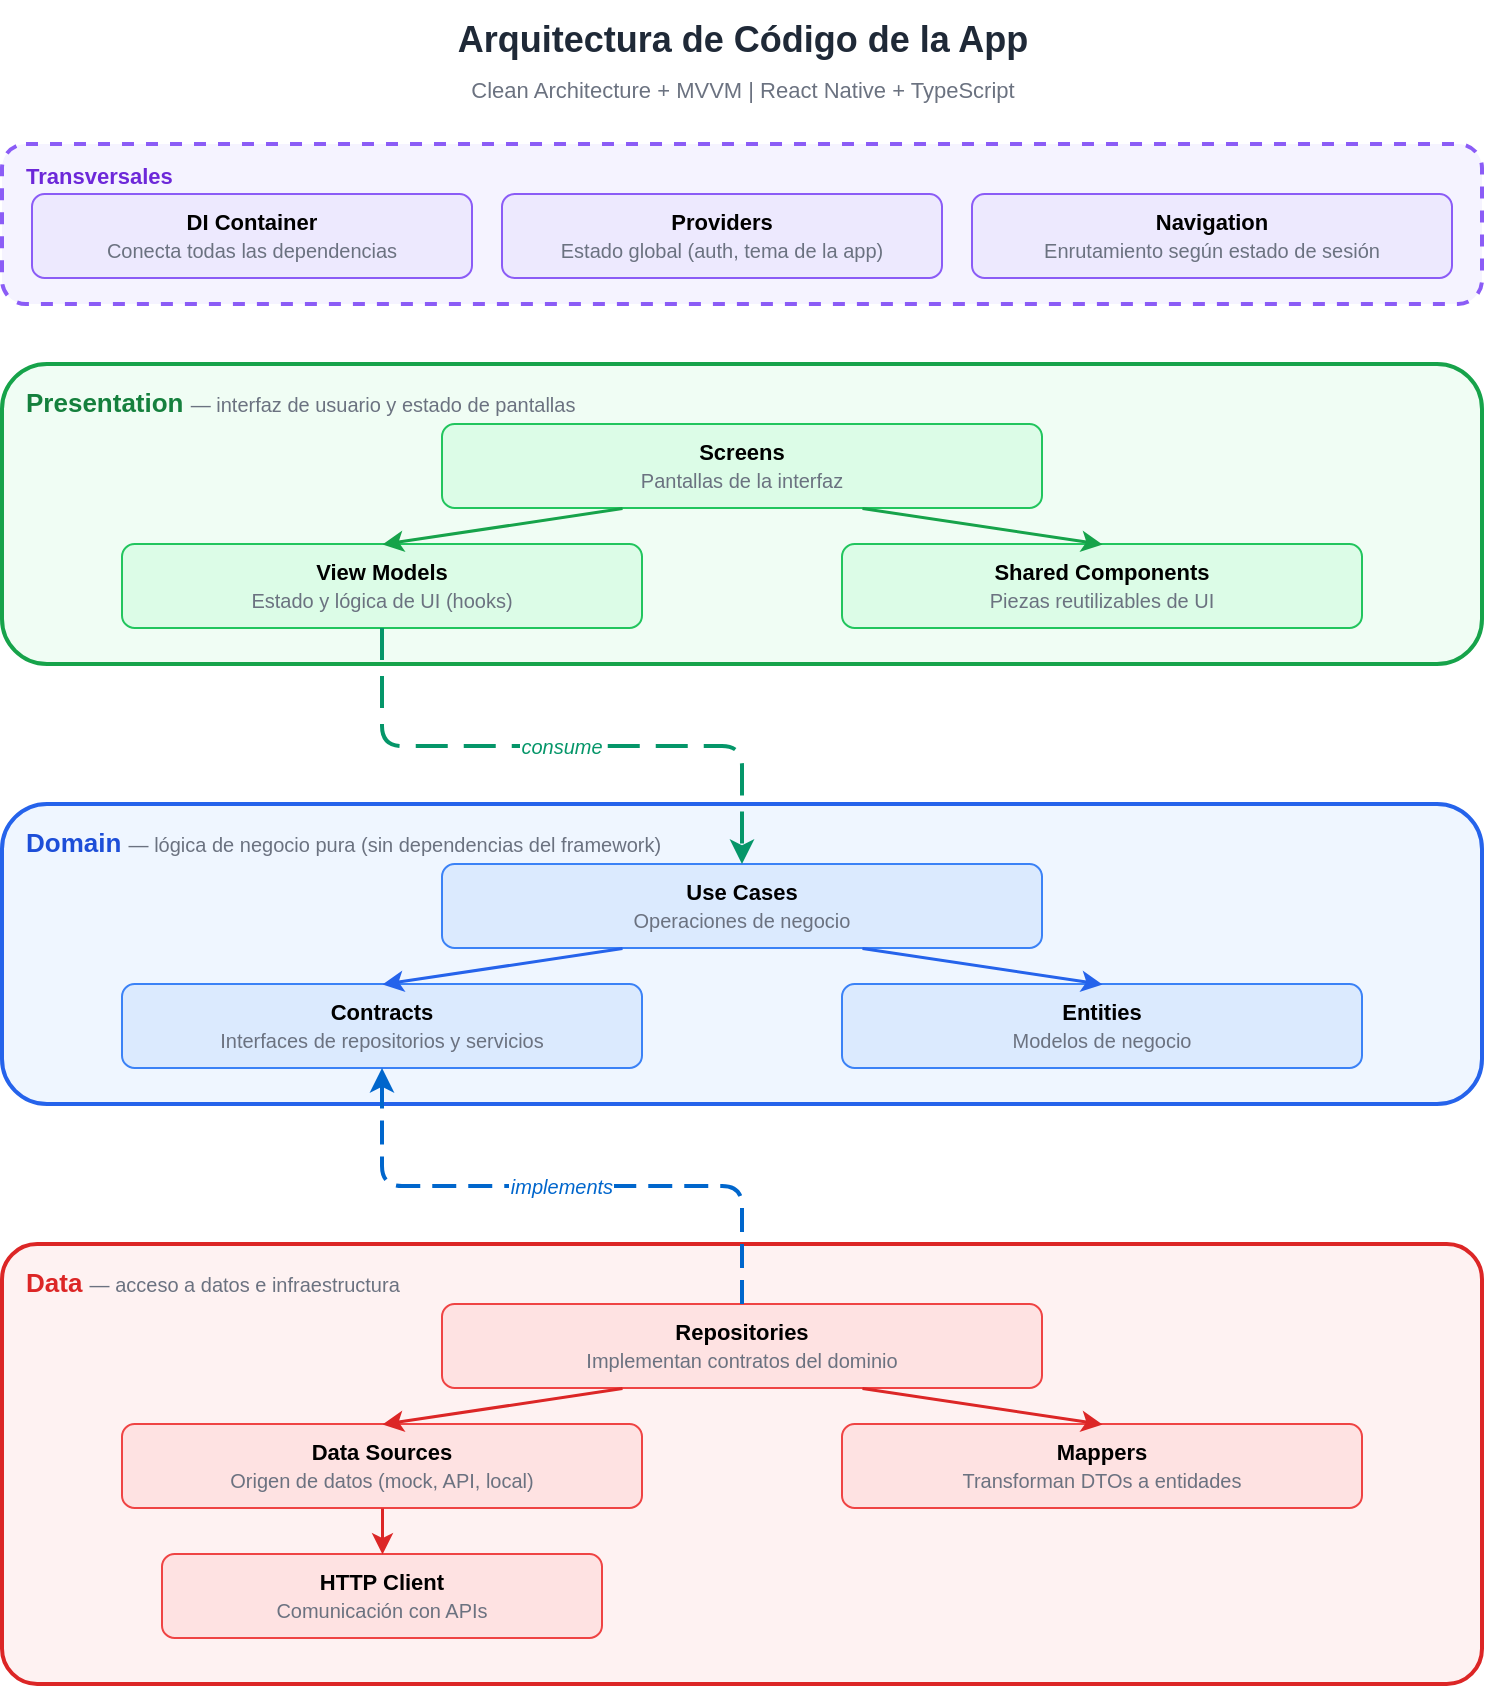
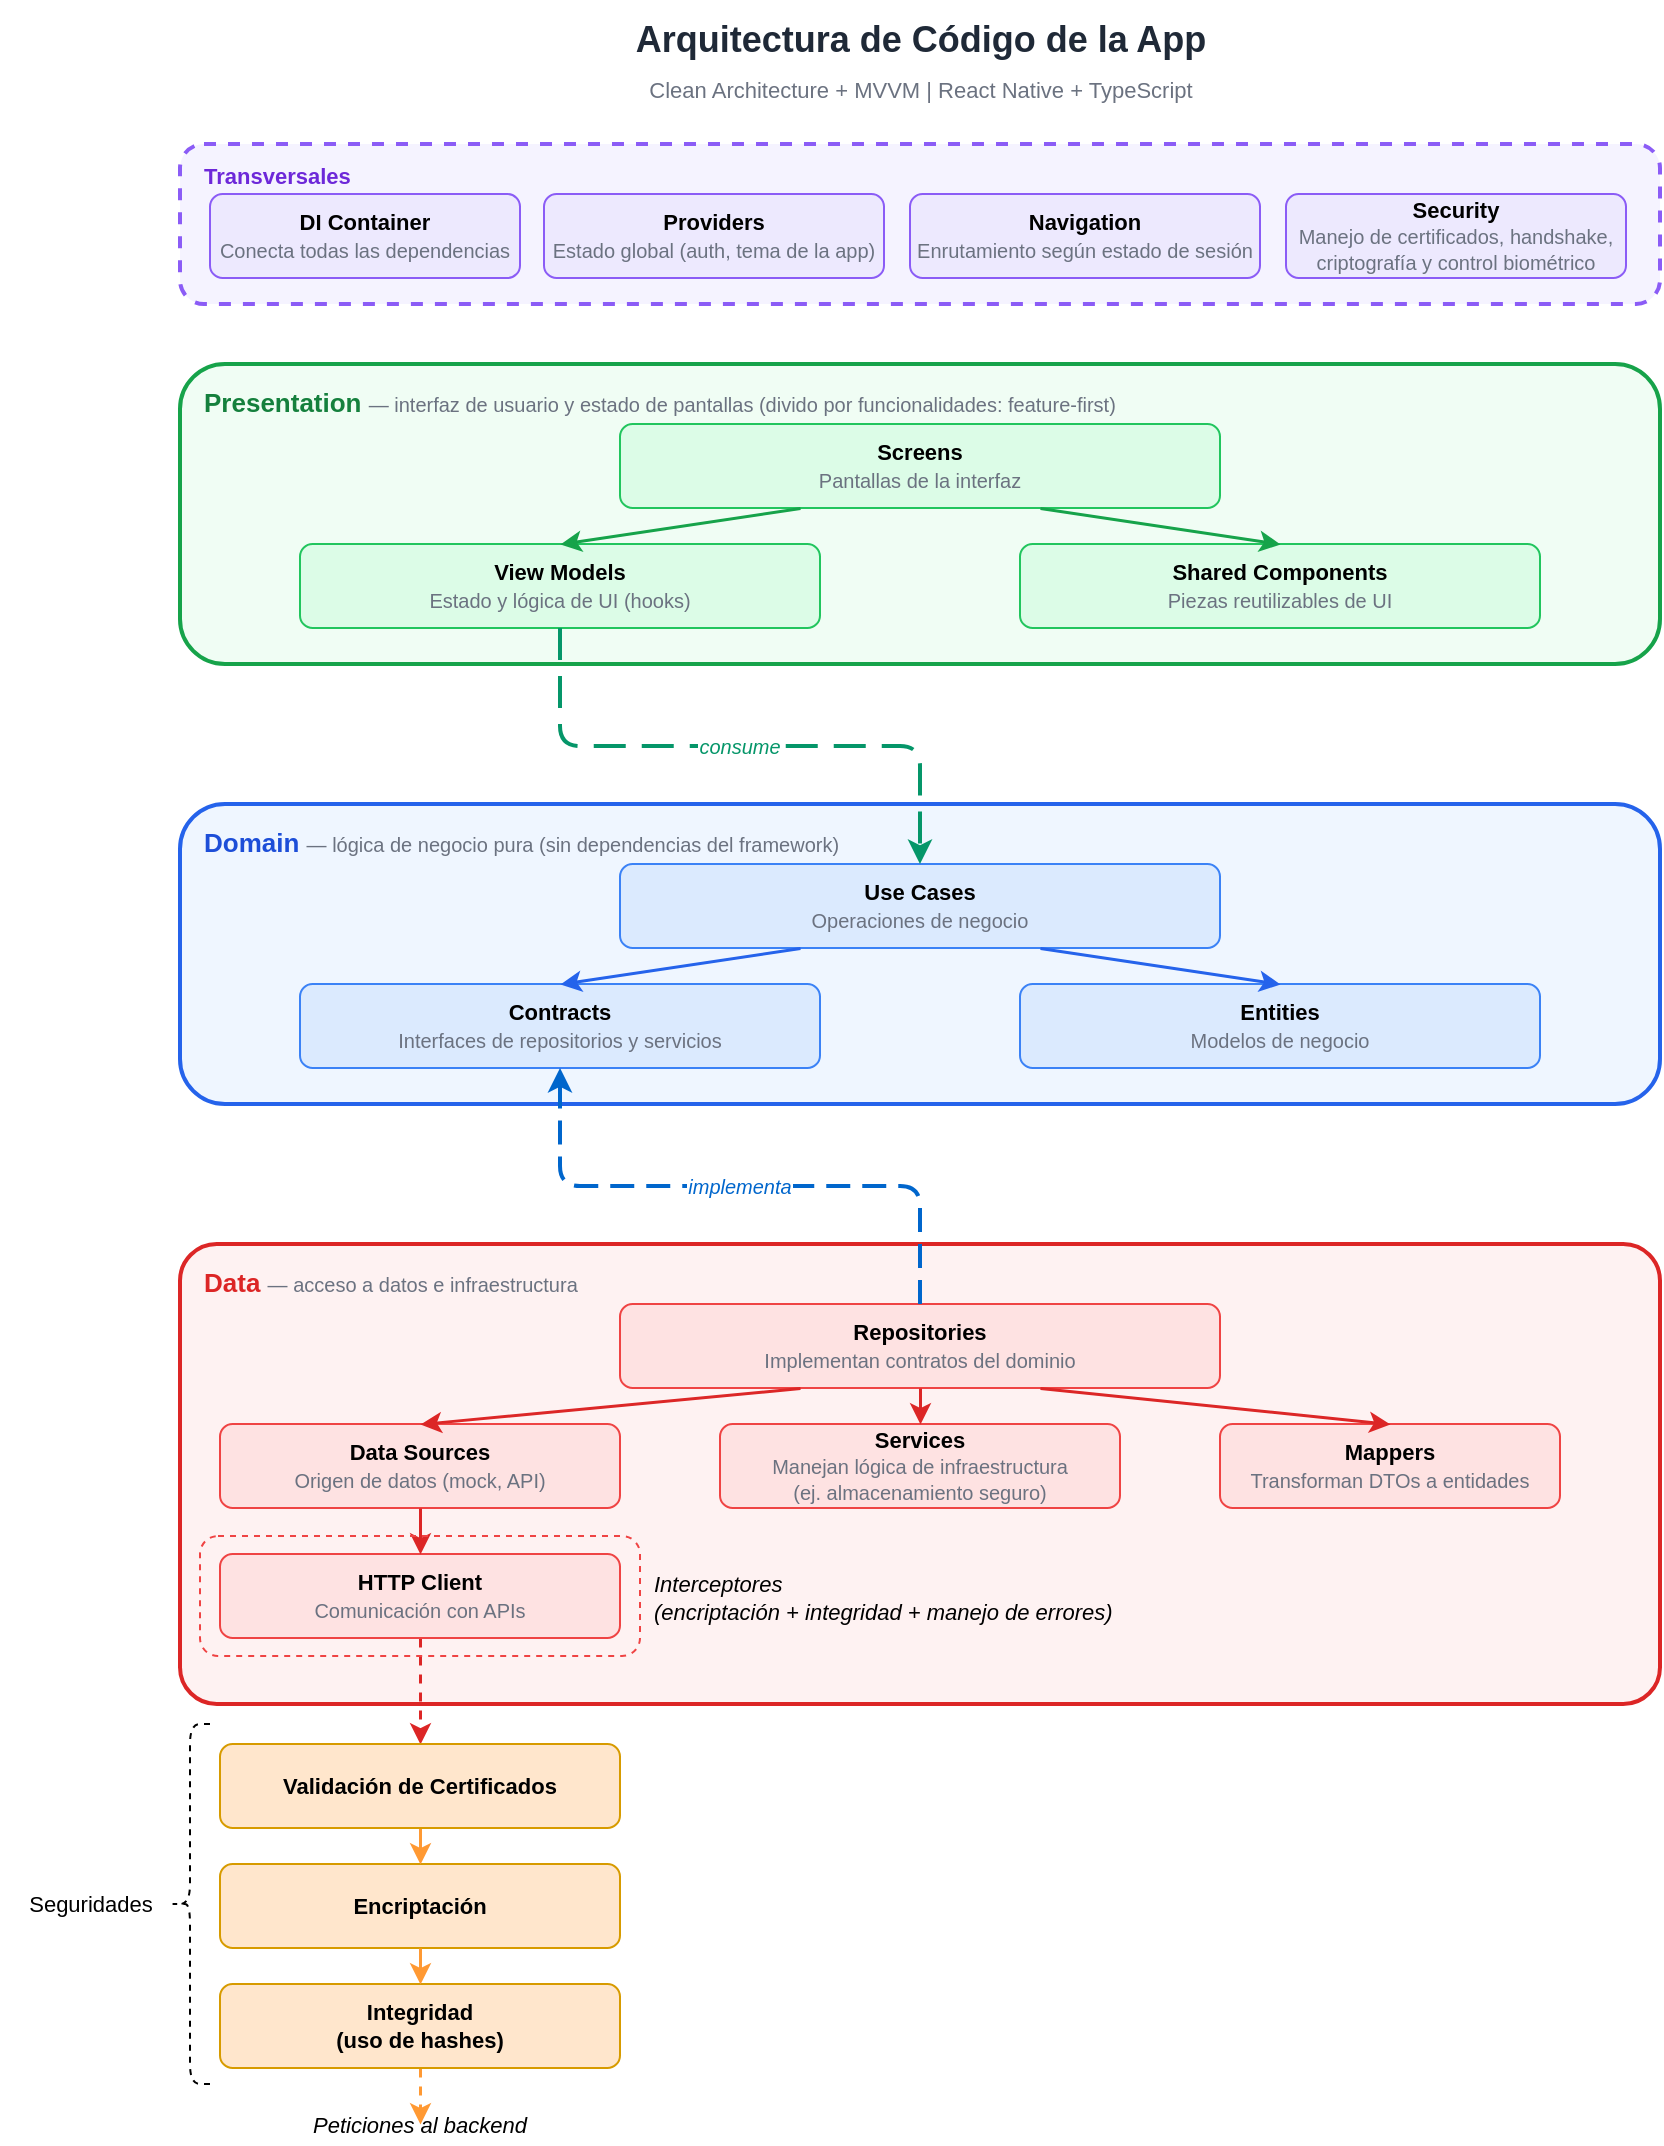
<mxfile host="65bd71144e">
    <diagram id="architecture" name="Arquitectura">
-         <mxGraphModel dx="139" dy="488" grid="1" gridSize="10" guides="1" tooltips="1" connect="1" arrows="1" fold="1" page="0" pageScale="1" pageWidth="1100" pageHeight="1200" math="0" shadow="0">
+         <mxGraphModel dx="1084" dy="840" grid="1" gridSize="10" guides="1" tooltips="1" connect="1" arrows="1" fold="1" page="0" pageScale="1" pageWidth="1100" pageHeight="1200" math="0" shadow="0">
            <root>
                <mxCell id="0"/>
                <mxCell id="1" parent="0"/>
                <mxCell id="title" value="Arquitectura de Código de la App" style="text;html=1;align=center;verticalAlign=middle;resizable=0;points=[];autosize=1;strokeColor=none;fillColor=none;fontSize=18;fontStyle=1;fontColor=#1F2937;" parent="1" vertex="1">
                    <mxGeometry x="275" y="18" width="310" height="40" as="geometry"/>
                </mxCell>
                <mxCell id="subtitle" value="Clean Architecture + MVVM  |  React Native + TypeScript" style="text;html=1;align=center;verticalAlign=middle;resizable=0;points=[];autosize=1;strokeColor=none;fillColor=none;fontSize=11;fontColor=#6B7280;" parent="1" vertex="1">
                    <mxGeometry x="255" y="50" width="350" height="25" as="geometry"/>
                </mxCell>
                <mxCell id="cross_group" value="" style="rounded=1;whiteSpace=wrap;html=1;fillColor=#F5F3FF;strokeColor=#8B5CF6;strokeWidth=2;dashed=1;" parent="1" vertex="1">
                    <mxGeometry x="60" y="90" width="740" height="80" as="geometry"/>
                </mxCell>
                <mxCell id="cross_label" value="Transversales" style="text;html=1;align=left;verticalAlign=top;resizable=0;points=[];autosize=1;strokeColor=none;fillColor=none;fontSize=11;fontStyle=1;fontColor=#6D28D9;" parent="1" vertex="1">
                    <mxGeometry x="70" y="93" width="95" height="20" as="geometry"/>
                </mxCell>
                <mxCell id="di" value="&lt;b&gt;DI Container&lt;/b&gt;&lt;br&gt;&lt;font style=&quot;font-size:10px;color:#6B7280&quot;&gt;Conecta todas las dependencias&lt;/font&gt;" style="rounded=1;whiteSpace=wrap;html=1;fillColor=#EDE9FE;strokeColor=#8B5CF6;fontSize=11;" parent="1" vertex="1">
-                     <mxGeometry x="75" y="115" width="220" height="42" as="geometry"/>
+                     <mxGeometry x="75" y="115" width="155" height="42" as="geometry"/>
                </mxCell>
                <mxCell id="providers" value="&lt;b&gt;Providers&lt;/b&gt;&lt;br&gt;&lt;font style=&quot;font-size:10px;color:#6B7280&quot;&gt;Estado global (auth, tema de la app)&lt;/font&gt;" style="rounded=1;whiteSpace=wrap;html=1;fillColor=#EDE9FE;strokeColor=#8B5CF6;fontSize=11;" parent="1" vertex="1">
-                     <mxGeometry x="310" y="115" width="220" height="42" as="geometry"/>
+                     <mxGeometry x="242" y="115" width="170" height="42" as="geometry"/>
                </mxCell>
                <mxCell id="nav" value="&lt;b&gt;Navigation&lt;/b&gt;&lt;br&gt;&lt;font style=&quot;font-size:10px;color:#6B7280&quot;&gt;Enrutamiento según estado de sesión&lt;/font&gt;" style="rounded=1;whiteSpace=wrap;html=1;fillColor=#EDE9FE;strokeColor=#8B5CF6;fontSize=11;" parent="1" vertex="1">
-                     <mxGeometry x="545" y="115" width="240" height="42" as="geometry"/>
+                     <mxGeometry x="425" y="115" width="175" height="42" as="geometry"/>
                </mxCell>
                <mxCell id="pres_group" value="" style="rounded=1;whiteSpace=wrap;html=1;fillColor=#F0FDF4;strokeColor=#16A34A;strokeWidth=2;" parent="1" vertex="1">
                    <mxGeometry x="60" y="200" width="740" height="150" as="geometry"/>
                </mxCell>
-                 <mxCell id="pres_label" value="Presentation  &lt;font style=&quot;font-size:10px;font-weight:normal;color:#6B7280&quot;&gt;— interfaz de usuario y estado de pantallas&lt;/font&gt;" style="text;html=1;align=left;verticalAlign=top;resizable=0;points=[];autosize=1;strokeColor=none;fillColor=none;fontSize=13;fontStyle=1;fontColor=#15803D;" parent="1" vertex="1">
-                     <mxGeometry x="70" y="205" width="95" height="22" as="geometry"/>
+                 <mxCell id="pres_label" value="Presentation  &lt;font style=&quot;font-size:10px;font-weight:normal;color:#6B7280&quot;&gt;— interfaz de usuario y estado de pantallas (divido por funcionalidades: feature-first)&lt;/font&gt;" style="text;html=1;align=left;verticalAlign=top;resizable=0;points=[];autosize=1;strokeColor=none;fillColor=none;fontSize=13;fontStyle=1;fontColor=#15803D;" parent="1" vertex="1">
+                     <mxGeometry x="70" y="205" width="480" height="30" as="geometry"/>
                </mxCell>
                <mxCell id="screens" value="&lt;b&gt;Screens&lt;/b&gt;&lt;br&gt;&lt;font style=&quot;font-size:10px;color:#6B7280&quot;&gt;Pantallas de la interfaz&lt;/font&gt;" style="rounded=1;whiteSpace=wrap;html=1;fillColor=#DCFCE7;strokeColor=#22C55E;fontSize=11;" parent="1" vertex="1">
                    <mxGeometry x="280" y="230" width="300" height="42" as="geometry"/>
                </mxCell>
                <mxCell id="viewmodels" value="&lt;b&gt;View Models&lt;/b&gt;&lt;br&gt;&lt;font style=&quot;font-size:10px;color:#6B7280&quot;&gt;Estado y lógica de UI (hooks)&lt;/font&gt;" style="rounded=1;whiteSpace=wrap;html=1;fillColor=#DCFCE7;strokeColor=#22C55E;fontSize=11;" parent="1" vertex="1">
                    <mxGeometry x="120" y="290" width="260" height="42" as="geometry"/>
                </mxCell>
                <mxCell id="shared_ui" value="&lt;b&gt;Shared Components&lt;/b&gt;&lt;br&gt;&lt;font style=&quot;font-size:10px;color:#6B7280&quot;&gt;Piezas reutilizables de UI&lt;/font&gt;" style="rounded=1;whiteSpace=wrap;html=1;fillColor=#DCFCE7;strokeColor=#22C55E;fontSize=11;" parent="1" vertex="1">
                    <mxGeometry x="480" y="290" width="260" height="42" as="geometry"/>
                </mxCell>
                <mxCell id="e_s_vm" style="rounded=1;strokeColor=#16A34A;strokeWidth=1.5;exitX=0.3;exitY=1;exitDx=0;exitDy=0;entryX=0.5;entryY=0;entryDx=0;entryDy=0;" parent="1" source="screens" target="viewmodels" edge="1">
                    <mxGeometry relative="1" as="geometry"/>
                </mxCell>
                <mxCell id="e_s_shared" style="rounded=1;strokeColor=#16A34A;strokeWidth=1.5;exitX=0.7;exitY=1;exitDx=0;exitDy=0;entryX=0.5;entryY=0;entryDx=0;entryDy=0;" parent="1" source="screens" target="shared_ui" edge="1">
                    <mxGeometry relative="1" as="geometry"/>
                </mxCell>
                <mxCell id="domain_group" value="" style="rounded=1;whiteSpace=wrap;html=1;fillColor=#EFF6FF;strokeColor=#2563EB;strokeWidth=2;" parent="1" vertex="1">
                    <mxGeometry x="60" y="420" width="740" height="150" as="geometry"/>
                </mxCell>
                <mxCell id="domain_label" value="Domain  &lt;font style=&quot;font-size:10px;font-weight:normal;color:#6B7280&quot;&gt;— lógica de negocio pura (sin dependencias del framework)&lt;/font&gt;" style="text;html=1;align=left;verticalAlign=top;resizable=0;points=[];autosize=1;strokeColor=none;fillColor=none;fontSize=13;fontStyle=1;fontColor=#1D4ED8;" parent="1" vertex="1">
                    <mxGeometry x="70" y="425" width="230" height="30" as="geometry"/>
                </mxCell>
                <mxCell id="usecases" value="&lt;b&gt;Use Cases&lt;/b&gt;&lt;br&gt;&lt;font style=&quot;font-size:10px;color:#6B7280&quot;&gt;Operaciones de negocio&lt;/font&gt;" style="rounded=1;whiteSpace=wrap;html=1;fillColor=#DBEAFE;strokeColor=#3B82F6;fontSize=11;" parent="1" vertex="1">
                    <mxGeometry x="280" y="450" width="300" height="42" as="geometry"/>
                </mxCell>
                <mxCell id="contracts" value="&lt;b&gt;Contracts&lt;/b&gt;&lt;br&gt;&lt;font style=&quot;font-size:10px;color:#6B7280&quot;&gt;Interfaces de repositorios y servicios&lt;/font&gt;" style="rounded=1;whiteSpace=wrap;html=1;fillColor=#DBEAFE;strokeColor=#3B82F6;fontSize=11;" parent="1" vertex="1">
                    <mxGeometry x="120" y="510" width="260" height="42" as="geometry"/>
                </mxCell>
                <mxCell id="entities" value="&lt;b&gt;Entities&lt;/b&gt;&lt;br&gt;&lt;font style=&quot;font-size:10px;color:#6B7280&quot;&gt;Modelos de negocio&lt;/font&gt;" style="rounded=1;whiteSpace=wrap;html=1;fillColor=#DBEAFE;strokeColor=#3B82F6;fontSize=11;" parent="1" vertex="1">
                    <mxGeometry x="480" y="510" width="260" height="42" as="geometry"/>
                </mxCell>
                <mxCell id="e_uc_c" style="rounded=1;strokeColor=#2563EB;strokeWidth=1.5;exitX=0.3;exitY=1;exitDx=0;exitDy=0;entryX=0.5;entryY=0;entryDx=0;entryDy=0;" parent="1" source="usecases" target="contracts" edge="1">
                    <mxGeometry relative="1" as="geometry"/>
                </mxCell>
                <mxCell id="e_uc_e" style="rounded=1;strokeColor=#2563EB;strokeWidth=1.5;exitX=0.7;exitY=1;exitDx=0;exitDy=0;entryX=0.5;entryY=0;entryDx=0;entryDy=0;" parent="1" source="usecases" target="entities" edge="1">
                    <mxGeometry relative="1" as="geometry"/>
                </mxCell>
                <mxCell id="data_group" value="" style="rounded=1;whiteSpace=wrap;html=1;fillColor=#FEF2F2;strokeColor=#DC2626;strokeWidth=2;arcSize=8;" parent="1" vertex="1">
-                     <mxGeometry x="60" y="640" width="740" height="220" as="geometry"/>
+                     <mxGeometry x="60" y="640" width="740" height="230" as="geometry"/>
                </mxCell>
                <mxCell id="data_label" value="Data  &lt;font style=&quot;font-size:10px;font-weight:normal;color:#6B7280&quot;&gt;— acceso a datos e infraestructura&lt;/font&gt;" style="text;html=1;align=left;verticalAlign=top;resizable=0;points=[];autosize=1;strokeColor=none;fillColor=none;fontSize=13;fontStyle=1;fontColor=#DC2626;" parent="1" vertex="1">
                    <mxGeometry x="70" y="645" width="40" height="22" as="geometry"/>
                </mxCell>
                <mxCell id="repos" value="&lt;b&gt;Repositories&lt;/b&gt;&lt;br&gt;&lt;font style=&quot;font-size:10px;color:#6B7280&quot;&gt;Implementan contratos del dominio&lt;/font&gt;" style="rounded=1;whiteSpace=wrap;html=1;fillColor=#FEE2E2;strokeColor=#EF4444;fontSize=11;" parent="1" vertex="1">
                    <mxGeometry x="280" y="670" width="300" height="42" as="geometry"/>
                </mxCell>
-                 <mxCell id="datasources" value="&lt;b&gt;Data Sources&lt;/b&gt;&lt;br&gt;&lt;font style=&quot;font-size:10px;color:#6B7280&quot;&gt;Origen de datos (mock, API, local)&lt;/font&gt;" style="rounded=1;whiteSpace=wrap;html=1;fillColor=#FEE2E2;strokeColor=#EF4444;fontSize=11;" parent="1" vertex="1">
-                     <mxGeometry x="120" y="730" width="260" height="42" as="geometry"/>
+                 <mxCell id="datasources" value="&lt;b&gt;Data Sources&lt;/b&gt;&lt;br&gt;&lt;font style=&quot;font-size:10px;color:#6B7280&quot;&gt;Origen de datos (mock, API)&lt;/font&gt;" style="rounded=1;whiteSpace=wrap;html=1;fillColor=#FEE2E2;strokeColor=#EF4444;fontSize=11;" parent="1" vertex="1">
+                     <mxGeometry x="80" y="730" width="200" height="42" as="geometry"/>
                </mxCell>
                <mxCell id="mappers" value="&lt;b&gt;Mappers&lt;/b&gt;&lt;br&gt;&lt;font style=&quot;font-size:10px;color:#6B7280&quot;&gt;Transforman DTOs a entidades&lt;/font&gt;" style="rounded=1;whiteSpace=wrap;html=1;fillColor=#FEE2E2;strokeColor=#EF4444;fontSize=11;" parent="1" vertex="1">
-                     <mxGeometry x="480" y="730" width="260" height="42" as="geometry"/>
+                     <mxGeometry x="580" y="730" width="170" height="42" as="geometry"/>
+                 </mxCell>
+                 <mxCell id="5" value="" style="rounded=1;strokeColor=#DC2626;strokeWidth=1.5;exitX=0.5;exitY=1;exitDx=0;exitDy=0;entryX=0.5;entryY=0;entryDx=0;entryDy=0;dashed=1;" parent="1" source="httpclient" target="11" edge="1">
+                     <mxGeometry relative="1" as="geometry">
+                         <mxPoint x="180" y="870" as="targetPoint"/>
+                     </mxGeometry>
                </mxCell>
                <mxCell id="httpclient" value="&lt;b&gt;HTTP Client&lt;/b&gt;&lt;br&gt;&lt;font style=&quot;font-size:10px;color:#6B7280&quot;&gt;Comunicación con APIs&lt;/font&gt;" style="rounded=1;whiteSpace=wrap;html=1;fillColor=#FEE2E2;strokeColor=#EF4444;fontSize=11;" parent="1" vertex="1">
-                     <mxGeometry x="140" y="795" width="220" height="42" as="geometry"/>
+                     <mxGeometry x="80" y="795" width="200" height="42" as="geometry"/>
                </mxCell>
                <mxCell id="e_r_ds" style="rounded=1;strokeColor=#DC2626;strokeWidth=1.5;exitX=0.3;exitY=1;exitDx=0;exitDy=0;entryX=0.5;entryY=0;entryDx=0;entryDy=0;" parent="1" source="repos" target="datasources" edge="1">
                    <mxGeometry relative="1" as="geometry"/>
                </mxCell>
                <mxCell id="e_r_m" style="rounded=1;strokeColor=#DC2626;strokeWidth=1.5;exitX=0.7;exitY=1;exitDx=0;exitDy=0;entryX=0.5;entryY=0;entryDx=0;entryDy=0;" parent="1" source="repos" target="mappers" edge="1">
                    <mxGeometry relative="1" as="geometry"/>
                </mxCell>
                <mxCell id="e_ds_http" style="rounded=1;strokeColor=#DC2626;strokeWidth=1.5;exitX=0.5;exitY=1;exitDx=0;exitDy=0;entryX=0.5;entryY=0;entryDx=0;entryDy=0;" parent="1" source="datasources" target="httpclient" edge="1">
                    <mxGeometry relative="1" as="geometry"/>
                </mxCell>
-                 <mxCell id="e_c_repos" value="implements" style="rounded=1;strokeColor=#0066CC;strokeWidth=2;dashed=1;dashPattern=6 3;fontStyle=2;fontSize=10;fontColor=#0066CC;labelBackgroundColor=#FFFFFF;exitX=0.5;exitY=0;exitDx=0;exitDy=0;entryX=0.5;entryY=1;entryDx=0;entryDy=0;edgeStyle=orthogonalEdgeStyle;" parent="1" source="repos" target="contracts" edge="1">
+                 <mxCell id="e_c_repos" value="implementa" style="rounded=1;strokeColor=#0066CC;strokeWidth=2;dashed=1;dashPattern=6 3;fontStyle=2;fontSize=10;fontColor=#0066CC;labelBackgroundColor=#FFFFFF;exitX=0.5;exitY=0;exitDx=0;exitDy=0;entryX=0.5;entryY=1;entryDx=0;entryDy=0;edgeStyle=orthogonalEdgeStyle;" parent="1" source="repos" target="contracts" edge="1">
                    <mxGeometry relative="1" as="geometry"/>
                </mxCell>
                <mxCell id="e_vm_uc" value="consume" style="rounded=1;strokeColor=#059669;strokeWidth=2;dashed=1;dashPattern=8 4;fontStyle=2;fontSize=10;fontColor=#059669;labelBackgroundColor=#FFFFFF;exitX=0.5;exitY=1;exitDx=0;exitDy=0;entryX=0.5;entryY=0;entryDx=0;entryDy=0;edgeStyle=orthogonalEdgeStyle;" parent="1" source="viewmodels" target="usecases" edge="1">
                    <mxGeometry relative="1" as="geometry"/>
                </mxCell>
+                 <mxCell id="2" value="&lt;b&gt;Services&lt;/b&gt;&lt;br&gt;&lt;font style=&quot;font-size:10px;color:#6B7280&quot;&gt;Manejan lógica de infraestructura &lt;br&gt;(ej. almacenamiento seguro)&lt;/font&gt;" style="rounded=1;whiteSpace=wrap;html=1;fillColor=#FEE2E2;strokeColor=#EF4444;fontSize=11;" parent="1" vertex="1">
+                     <mxGeometry x="330" y="730" width="200" height="42" as="geometry"/>
+                 </mxCell>
+                 <mxCell id="3" style="rounded=1;strokeColor=#DC2626;strokeWidth=1.5;exitX=0.5;exitY=1;exitDx=0;exitDy=0;entryX=0.5;entryY=0;entryDx=0;entryDy=0;" parent="1" source="repos" target="2" edge="1">
+                     <mxGeometry relative="1" as="geometry">
+                         <mxPoint x="500" y="722" as="sourcePoint"/>
+                         <mxPoint x="620" y="740" as="targetPoint"/>
+                     </mxGeometry>
+                 </mxCell>
+                 <mxCell id="6" value="" style="rounded=1;whiteSpace=wrap;html=1;fillColor=none;strokeColor=#EF4444;fontSize=11;dashed=1;" vertex="1" parent="1">
+                     <mxGeometry x="70" y="786" width="220" height="60" as="geometry"/>
+                 </mxCell>
+                 <mxCell id="7" value="Interceptores &lt;br style=&quot;font-size: 11px;&quot;&gt;(encriptación + integridad + manejo de errores)" style="text;html=1;align=left;verticalAlign=middle;resizable=0;points=[];autosize=1;strokeColor=none;fillColor=none;fontStyle=2;fontSize=11;" vertex="1" parent="1">
+                     <mxGeometry x="295" y="797" width="250" height="40" as="geometry"/>
+                 </mxCell>
+                 <mxCell id="9" value="&lt;b&gt;Encriptación&lt;/b&gt;" style="rounded=1;whiteSpace=wrap;html=1;fillColor=#ffe6cc;strokeColor=#d79b00;fontSize=11;" vertex="1" parent="1">
+                     <mxGeometry x="80" y="950" width="200" height="42" as="geometry"/>
+                 </mxCell>
+                 <mxCell id="16" value="" style="edgeStyle=none;html=1;strokeColor=#FF9933;fontSize=11;dashed=1;strokeWidth=1.5;" edge="1" parent="1" source="10" target="15">
+                     <mxGeometry relative="1" as="geometry"/>
+                 </mxCell>
+                 <mxCell id="10" value="&lt;b&gt;Integridad &lt;br&gt;(uso de hashes)&lt;/b&gt;" style="rounded=1;whiteSpace=wrap;html=1;fillColor=#ffe6cc;strokeColor=#d79b00;fontSize=11;" vertex="1" parent="1">
+                     <mxGeometry x="80" y="1010" width="200" height="42" as="geometry"/>
+                 </mxCell>
+                 <mxCell id="13" value="" style="edgeStyle=none;html=1;fontSize=11;entryX=0.5;entryY=0;entryDx=0;entryDy=0;strokeColor=#FF9933;strokeWidth=1.5;" edge="1" parent="1" source="11" target="9">
+                     <mxGeometry relative="1" as="geometry"/>
+                 </mxCell>
+                 <mxCell id="11" value="&lt;b&gt;Validación de Certificados&lt;/b&gt;" style="rounded=1;whiteSpace=wrap;html=1;fillColor=#ffe6cc;strokeColor=#d79b00;fontSize=11;" vertex="1" parent="1">
+                     <mxGeometry x="80" y="890" width="200" height="42" as="geometry"/>
+                 </mxCell>
+                 <mxCell id="14" value="" style="edgeStyle=none;html=1;fontSize=11;entryX=0.5;entryY=0;entryDx=0;entryDy=0;strokeColor=#FF9933;exitX=0.5;exitY=1;exitDx=0;exitDy=0;strokeWidth=1.5;" edge="1" parent="1" source="9" target="10">
+                     <mxGeometry relative="1" as="geometry">
+                         <mxPoint x="195" y="922" as="sourcePoint"/>
+                         <mxPoint x="195" y="950" as="targetPoint"/>
+                     </mxGeometry>
+                 </mxCell>
+                 <mxCell id="15" value="Peticiones al backend" style="shape=waypoint;sketch=0;size=6;pointerEvents=1;points=[];fillColor=#ffe6cc;resizable=0;rotatable=0;perimeter=centerPerimeter;snapToPoint=1;fontSize=11;strokeColor=none;rounded=1;fontStyle=2" vertex="1" parent="1">
+                     <mxGeometry x="170" y="1070" width="20" height="20" as="geometry"/>
+                 </mxCell>
+                 <mxCell id="17" value="" style="shape=curlyBracket;whiteSpace=wrap;html=1;rounded=1;labelPosition=left;verticalLabelPosition=middle;align=right;verticalAlign=middle;dashed=1;fontSize=11;fillColor=none;" vertex="1" parent="1">
+                     <mxGeometry x="55" y="880" width="20" height="180" as="geometry"/>
+                 </mxCell>
+                 <mxCell id="18" value="Seguridades" style="text;html=1;align=center;verticalAlign=middle;resizable=0;points=[];autosize=1;strokeColor=none;fillColor=none;fontSize=11;" vertex="1" parent="1">
+                     <mxGeometry x="-30" y="955" width="90" height="30" as="geometry"/>
+                 </mxCell>
+                 <mxCell id="19" value="&lt;b&gt;Security&lt;/b&gt;&lt;br&gt;&lt;font style=&quot;font-size:10px;color:#6B7280&quot;&gt;Manejo de certificados, handshake, criptografía y control biométrico&lt;/font&gt;" style="rounded=1;whiteSpace=wrap;html=1;fillColor=#EDE9FE;strokeColor=#8B5CF6;fontSize=11;" vertex="1" parent="1">
+                     <mxGeometry x="613" y="115" width="170" height="42" as="geometry"/>
+                 </mxCell>
            </root>
        </mxGraphModel>
    </diagram>
</mxfile>